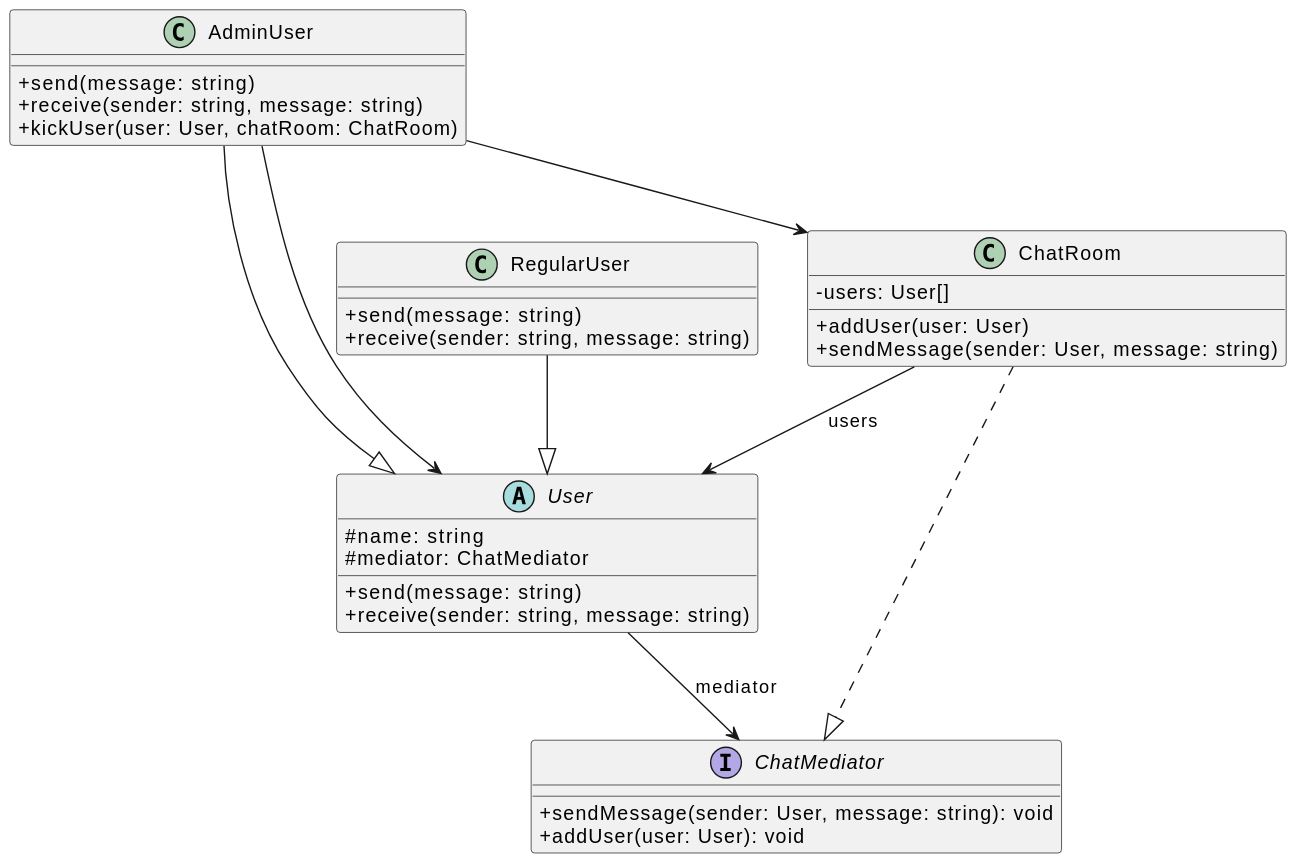
Above: src/scenarioThree/docs/assets/diagramaClases.svg in Uuga-Chaka/actividad-uno (PlantUML), before the change. Its diagram source:
```plantuml
@startuml
skinparam classAttributeIconSize 0

interface ChatMediator {
  +sendMessage(sender: User, message: string): void
  +addUser(user: User): void
}

abstract class User {
  #name: string
  #mediator: ChatMediator

  +send(message: string)
  +receive(sender: string, message: string)
}

class ChatRoom {
  -users: User[]

  +addUser(user: User)
  +sendMessage(sender: User, message: string)
}

class RegularUser {
  +send(message: string)
  +receive(sender: string, message: string)
}

class AdminUser {
  +send(message: string)
  +receive(sender: string, message: string)
  +kickUser(user: User, chatRoom: ChatRoom)
}

ChatRoom ..|> ChatMediator

RegularUser --|> User
AdminUser --|> User

User --> ChatMediator : mediator
ChatRoom --> User : users

AdminUser --> ChatRoom
AdminUser --> User
@enduml
```
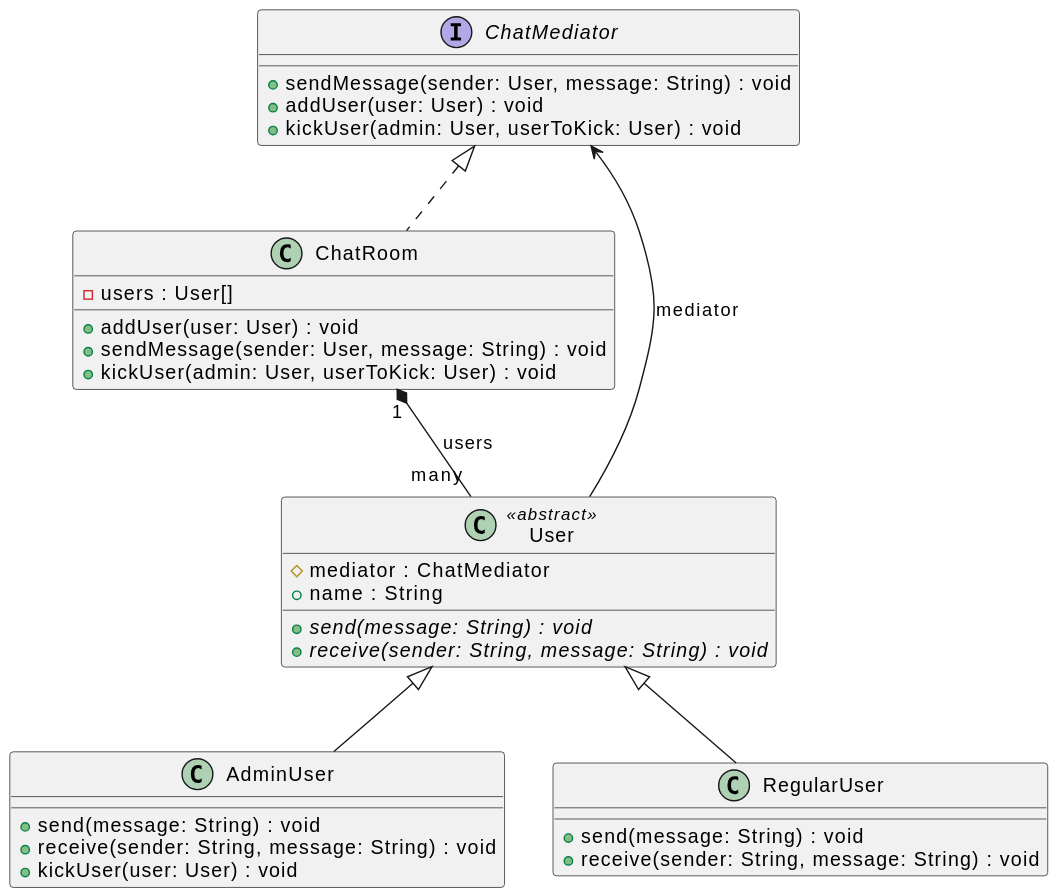
Above is the later version.

Commit message:
feat(diagramClasses.svg): update diagram with the kickUser method

What changed in the source:
```diff
@@ -1,45 +1,35 @@
 @startuml
-skinparam classAttributeIconSize 0
-
 interface ChatMediator {
-  +sendMessage(sender: User, message: string): void
-  +addUser(user: User): void
+  + sendMessage(sender: User, message: String) : void
+  + addUser(user: User) : void
+  + kickUser(admin: User, userToKick: User) : void
 }
 
-abstract class User {
-  #name: string
-  #mediator: ChatMediator
-
-  +send(message: string)
-  +receive(sender: string, message: string)
+class ChatRoom implements ChatMediator {
+  - users : User[]
+  + addUser(user: User) : void
+  + sendMessage(sender: User, message: String) : void
+  + kickUser(admin: User, userToKick: User) : void
 }
 
-class ChatRoom {
-  -users: User[]
-
-  +addUser(user: User)
-  +sendMessage(sender: User, message: string)
+class User <<abstract>> {
+  # mediator : ChatMediator
+  + name : String
+  + {abstract} send(message: String) : void
+  + {abstract} receive(sender: String, message: String) : void
 }
 
-class RegularUser {
-  +send(message: string)
-  +receive(sender: string, message: string)
+class AdminUser extends User {
+  + send(message: String) : void
+  + receive(sender: String, message: String) : void
+  + kickUser(user: User) : void
 }
 
-class AdminUser {
-  +send(message: string)
-  +receive(sender: string, message: string)
-  +kickUser(user: User, chatRoom: ChatRoom)
+class RegularUser extends User {
+  + send(message: String) : void
+  + receive(sender: String, message: String) : void
 }
 
-ChatRoom ..|> ChatMediator
-
-RegularUser --|> User
-AdminUser --|> User
-
 User --> ChatMediator : mediator
-ChatRoom --> User : users
-
-AdminUser --> ChatRoom
-AdminUser --> User
+ChatRoom "1" *-- "many" User : users
 @enduml
```
